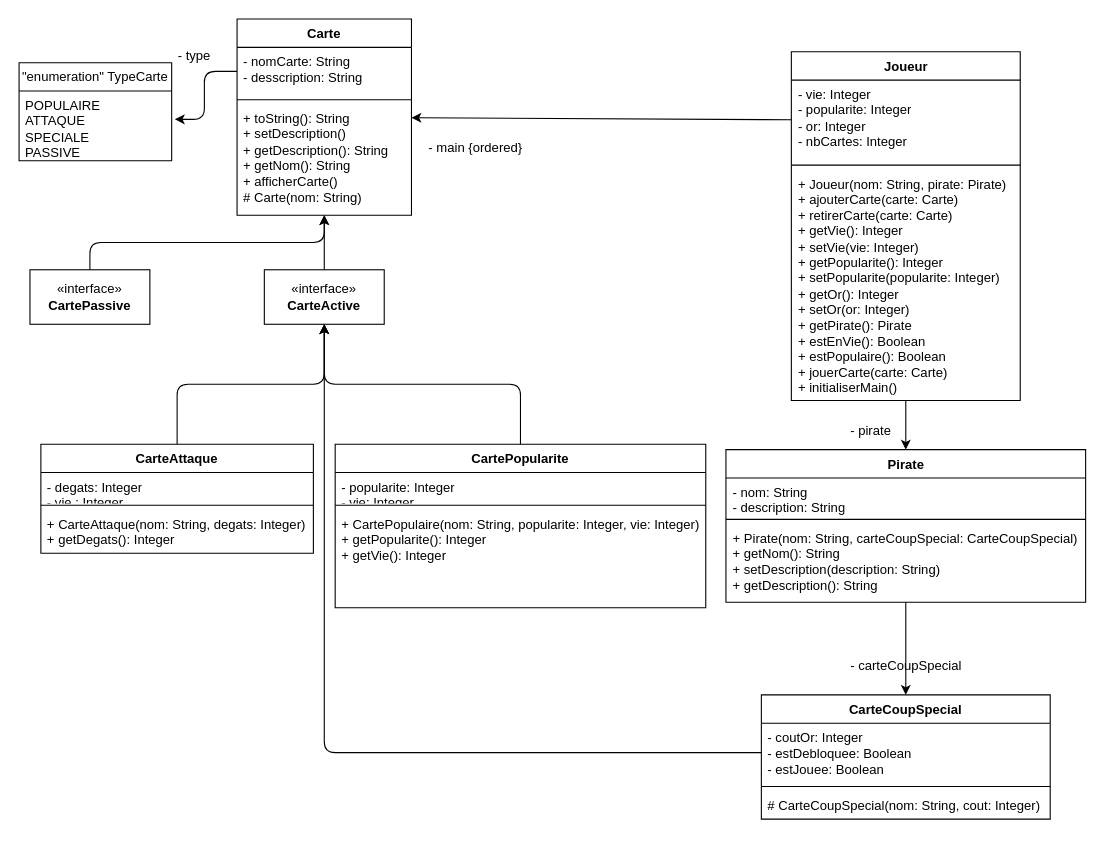
Above: UML.drawio in coco875/ProjetPirate (draw.io), before the change. Source tidied: cells renumbered, new cells numbered last; positions are measured from the earlier drawing's top-left corner, leaving out a move shared by most shapes. Both pictures are drawn from the tidied source at 109%, with x=0, y=0 at pixel (19, 19).
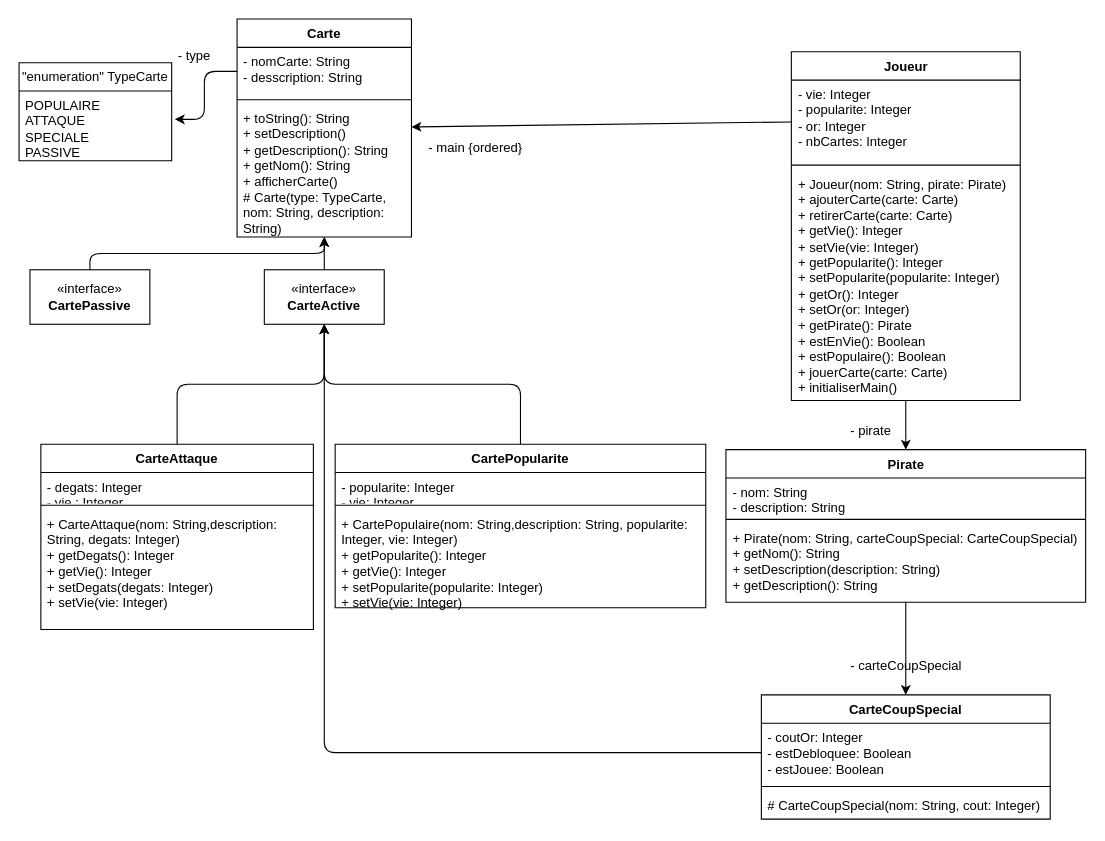
The same page after the edit.

Commit message:
ajoutGetterSetters et update des constructeur de cartes

Unchanged cells that the change refers to:
```xml
<mxCell id="30" value="CartePopularite" style="swimlane;fontStyle=1;align=center;verticalAlign=top;horizontal=1;startSize=26;whiteSpace=wrap;html=1;" parent="1" vertex="1">
  <mxGeometry x="290" y="390" width="340" height="150" as="geometry" />
</mxCell>
```

Change to the diagram source:
```diff
@@
     <mxCell id="4" value="Carte" style="swimlane;fontStyle=1;align=center;verticalAlign=top;horizontal=1;startSize=26;whiteSpace=wrap;html=1;" parent="1" vertex="1">
-      <mxGeometry x="200" width="160" height="180" as="geometry" />
+      <mxGeometry x="200" width="160" height="200" as="geometry" />
     </mxCell>
@@
-    <mxCell id="7" value="+ toString(): String&lt;div&gt;+ setDescription()&lt;br&gt;+ getDescripti&lt;span style=&quot;background-color: transparent;&quot;&gt;on(): String&lt;/span&gt;&lt;/div&gt;&lt;div&gt;+ getNom(): String&lt;/div&gt;&lt;div&gt;+ afficherCarte()&lt;/div&gt;&lt;div&gt;# Carte(nom: String)&lt;/div&gt;" style="text;strokeColor=none;fillColor=none;align=left;verticalAlign=top;spacingLeft=4;spacingRight=4;overflow=hidden;whiteSpace=wrap;html=1;" parent="4" vertex="1">
-      <mxGeometry y="78" width="160" height="102" as="geometry" />
+    <mxCell id="7" value="+ toString(): String&lt;div&gt;+ setDescription()&lt;br&gt;+ getDescripti&lt;span style=&quot;background-color: transparent;&quot;&gt;on(): String&lt;/span&gt;&lt;/div&gt;&lt;div&gt;+ getNom(): String&lt;/div&gt;&lt;div&gt;+ afficherCarte()&lt;/div&gt;&lt;div&gt;# Carte(type: TypeCarte, nom: String, description: String)&lt;/div&gt;" style="text;strokeColor=none;fillColor=none;align=left;verticalAlign=top;spacingLeft=4;spacingRight=4;overflow=hidden;whiteSpace=wrap;html=1;" parent="4" vertex="1">
+      <mxGeometry y="78" width="160" height="122" as="geometry" />
     </mxCell>
@@
     <mxCell id="25" value="CarteAttaque" style="swimlane;fontStyle=1;align=center;verticalAlign=top;horizontal=1;startSize=26;whiteSpace=wrap;html=1;" parent="1" vertex="1">
-      <mxGeometry x="20" y="390" width="250" height="100" as="geometry" />
+      <mxGeometry x="20" y="390" width="250" height="170" as="geometry" />
     </mxCell>
@@
-    <mxCell id="28" value="+ CarteAttaque(nom: String, degats: Integer)&lt;br&gt;+ getDegats(): Integer" style="text;strokeColor=none;fillColor=none;align=left;verticalAlign=top;spacingLeft=4;spacingRight=4;overflow=hidden;whiteSpace=wrap;html=1;" parent="25" vertex="1">
-      <mxGeometry y="60" width="250" height="40" as="geometry" />
+    <mxCell id="28" value="+ CarteAttaque(nom: String,description: String, degats: Integer)&lt;br&gt;&lt;div&gt;+ getDegats(): Integer&lt;/div&gt;&lt;div&gt;+ getVie(): Integer&lt;/div&gt;&lt;div&gt;+ setDegats(degats: Integer)&lt;/div&gt;&lt;div&gt;+ setVie(vie: Integer)&lt;/div&gt;" style="text;strokeColor=none;fillColor=none;align=left;verticalAlign=top;spacingLeft=4;spacingRight=4;overflow=hidden;whiteSpace=wrap;html=1;" parent="25" vertex="1">
+      <mxGeometry y="60" width="250" height="110" as="geometry" />
     </mxCell>
@@
-    <mxCell id="33" value="+ CartePopulaire(nom: String, popularite: Integer, vie: Integer)&lt;br&gt;+ getPopularite(): Integer&lt;br&gt;+ getVie(): Integer" style="text;strokeColor=none;fillColor=none;align=left;verticalAlign=top;spacingLeft=4;spacingRight=4;overflow=hidden;whiteSpace=wrap;html=1;" parent="30" vertex="1">
+    <mxCell id="33" value="+ CartePopulaire(nom: String,description: String, popularite: Integer, vie: Integer)&lt;br&gt;+ getPopularite(): Integer&lt;br&gt;&lt;div&gt;+ getVie(): Integer&lt;/div&gt;&lt;div&gt;+ setPopularite(popularite: Integer) &lt;br&gt;&lt;/div&gt;&lt;div&gt;+ setVie(vie: Integer) &lt;br&gt;&lt;/div&gt;" style="text;strokeColor=none;fillColor=none;align=left;verticalAlign=top;spacingLeft=4;spacingRight=4;overflow=hidden;whiteSpace=wrap;html=1;" parent="30" vertex="1">
       <mxGeometry y="60" width="340" height="90" as="geometry" />
     </mxCell>
```
